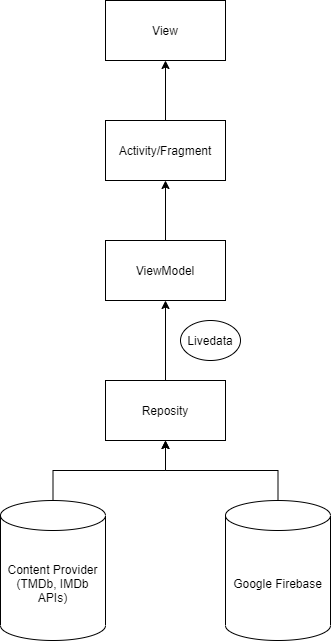
Above: Preview/architecture.png in ntikhoa/ChillnMovie (draw.io), before the change. Source tidied: cells renumbered, new cells last; positions are measured from the earlier drawing's top-left corner, leaving out a move shared by most shapes.
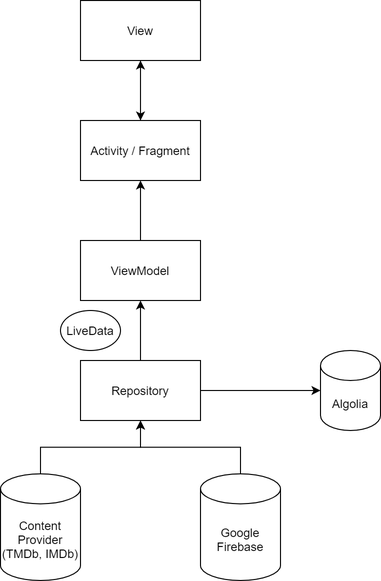
After the change.

Commit message:
update architecture model

The edit, as a diff of the source:
```diff
@@ -2,41 +2,50 @@
   <root>
     <mxCell id="0" />
     <mxCell id="1" parent="0" />
-    <mxCell id="2" value="View" style="rounded=0;whiteSpace=wrap;html=1;" parent="1" vertex="1">
-      <mxGeometry x="105" width="120" height="60" as="geometry" />
+    <mxCell id="2" style="edgeStyle=orthogonalEdgeStyle;rounded=0;jettySize=auto;html=1;exitX=0.5;exitY=1;exitDx=0;exitDy=0;entryX=0.5;entryY=0;entryDx=0;entryDy=0;" parent="1" edge="1" source="3" target="5">
+      <mxGeometry relative="1" as="geometry" />
     </mxCell>
-    <mxCell id="3" style="edgeStyle=orthogonalEdgeStyle;rounded=0;jettySize=auto;html=1;exitX=0.5;exitY=0;exitDx=0;exitDy=0;" parent="1" edge="1" source="4" target="2">
-      <mxGeometry relative="1" as="geometry" />
+    <mxCell id="3" value="View" style="rounded=0;whiteSpace=wrap;html=1;" parent="1" vertex="1">
+      <mxGeometry x="105" width="120" height="60" as="geometry" />
     </mxCell>
-    <mxCell id="4" value="Activity/Fragment" style="rounded=0;whiteSpace=wrap;html=1;" parent="1" vertex="1">
-      <mxGeometry x="105" y="120" width="120" height="60" as="geometry" />
+    <mxCell id="4" style="edgeStyle=orthogonalEdgeStyle;rounded=0;jettySize=auto;html=1;exitX=0.5;exitY=0;exitDx=0;exitDy=0;entryX=0.5;entryY=1;entryDx=0;entryDy=0;" parent="1" edge="1" source="5" target="3">
+      <mxGeometry relative="1" as="geometry" />
     </mxCell>
-    <mxCell id="5" style="edgeStyle=orthogonalEdgeStyle;rounded=0;jettySize=auto;html=1;exitX=0.5;exitY=0;exitDx=0;exitDy=0;" parent="1" edge="1" source="6" target="4">
-      <mxGeometry relative="1" as="geometry" />
+    <mxCell id="5" value="Activity / Fragment" style="rounded=0;whiteSpace=wrap;html=1;" parent="1" vertex="1">
+      <mxGeometry x="105" y="120" width="120" height="60" as="geometry" />
     </mxCell>
-    <mxCell id="6" value="ViewModel" style="rounded=0;whiteSpace=wrap;html=1;" parent="1" vertex="1">
-      <mxGeometry x="105" y="240" width="120" height="60" as="geometry" />
+    <mxCell id="6" style="edgeStyle=orthogonalEdgeStyle;rounded=0;jettySize=auto;html=1;exitX=0.5;exitY=0;exitDx=0;exitDy=0;entryX=0.5;entryY=1;entryDx=0;entryDy=0;" parent="1" edge="1" source="7" target="5">
+      <mxGeometry relative="1" as="geometry" />
     </mxCell>
-    <mxCell id="7" style="edgeStyle=orthogonalEdgeStyle;rounded=0;jettySize=auto;html=1;exitX=0.5;exitY=0;exitDx=0;exitDy=0;" parent="1" edge="1" source="8" target="6">
-      <mxGeometry relative="1" as="geometry" />
+    <mxCell id="7" value="ViewModel" style="rounded=0;whiteSpace=wrap;html=1;" parent="1" vertex="1">
+      <mxGeometry x="105" y="240" width="120" height="60" as="geometry" />
     </mxCell>
-    <mxCell id="8" value="Reposity" style="rounded=0;whiteSpace=wrap;html=1;" parent="1" vertex="1">
-      <mxGeometry x="105" y="380" width="120" height="60" as="geometry" />
+    <mxCell id="8" style="edgeStyle=orthogonalEdgeStyle;rounded=0;jettySize=auto;html=1;exitX=0.5;exitY=0;exitDx=0;exitDy=0;entryX=0.5;entryY=1;entryDx=0;entryDy=0;" parent="1" edge="1" source="10" target="7">
+      <mxGeometry relative="1" as="geometry" />
     </mxCell>
-    <mxCell id="9" style="edgeStyle=orthogonalEdgeStyle;rounded=0;jettySize=auto;html=1;exitX=0.5;exitY=0;exitDx=0;exitDy=0;exitPerimeter=0;entryX=0.5;entryY=1;entryDx=0;entryDy=0;" parent="1" edge="1" source="10" target="8">
+    <mxCell id="9" style="edgeStyle=orthogonalEdgeStyle;rounded=0;jettySize=auto;html=1;exitX=1;exitY=0.5;exitDx=0;exitDy=0;entryX=0;entryY=0.5;entryDx=0;entryDy=0;entryPerimeter=0;" parent="1" edge="1" source="10" target="15">
       <mxGeometry relative="1" as="geometry" />
     </mxCell>
-    <mxCell id="10" value="Content Provider (TMDb, IMDb APIs)" style="shape=cylinder3;whiteSpace=wrap;html=1;boundedLbl=1;backgroundOutline=1;size=15;" parent="1" vertex="1">
-      <mxGeometry y="500" width="105" height="140" as="geometry" />
+    <mxCell id="10" value="Repository" style="rounded=0;whiteSpace=wrap;html=1;" parent="1" vertex="1">
+      <mxGeometry x="105" y="360" width="120" height="60" as="geometry" />
     </mxCell>
-    <mxCell id="11" style="edgeStyle=orthogonalEdgeStyle;rounded=0;jettySize=auto;html=1;exitX=0.5;exitY=0;exitDx=0;exitDy=0;exitPerimeter=0;" parent="1" edge="1" source="12" target="8">
+    <mxCell id="11" style="edgeStyle=orthogonalEdgeStyle;rounded=0;jettySize=auto;html=1;exitX=0.5;exitY=0;exitDx=0;exitDy=0;exitPerimeter=0;entryX=0.5;entryY=1;entryDx=0;entryDy=0;" parent="1" edge="1" source="12" target="10">
       <mxGeometry relative="1" as="geometry" />
     </mxCell>
-    <mxCell id="12" value="Google Firebase" style="shape=cylinder3;whiteSpace=wrap;html=1;boundedLbl=1;backgroundOutline=1;size=15;" parent="1" vertex="1">
-      <mxGeometry x="225" y="500" width="105" height="140" as="geometry" />
+    <mxCell id="12" value="Content Provider (TMDb, IMDb)" style="shape=cylinder3;whiteSpace=wrap;html=1;boundedLbl=1;backgroundOutline=1;size=15;" parent="1" vertex="1">
+      <mxGeometry x="25" y="473.3" width="80" height="106.7" as="geometry" />
     </mxCell>
-    <mxCell id="13" value="Livedata" style="ellipse;whiteSpace=wrap;html=1;" parent="1" vertex="1">
-      <mxGeometry x="180" y="320" width="60" height="40" as="geometry" />
+    <mxCell id="13" style="edgeStyle=orthogonalEdgeStyle;rounded=0;jettySize=auto;html=1;exitX=0.5;exitY=0;exitDx=0;exitDy=0;exitPerimeter=0;entryX=0.5;entryY=1;entryDx=0;entryDy=0;" parent="1" edge="1" source="14" target="10">
+      <mxGeometry relative="1" as="geometry" />
     </mxCell>
+    <mxCell id="14" value="Google Firebase" style="shape=cylinder3;whiteSpace=wrap;html=1;boundedLbl=1;backgroundOutline=1;size=15;" parent="1" vertex="1">
+      <mxGeometry x="225" y="473.3" width="80" height="106.7" as="geometry" />
+    </mxCell>
+    <mxCell id="15" value="Algolia" style="shape=cylinder3;whiteSpace=wrap;html=1;boundedLbl=1;backgroundOutline=1;size=15;" parent="1" vertex="1">
+      <mxGeometry x="345" y="350" width="60" height="80" as="geometry" />
+    </mxCell>
+    <mxCell id="16" value="LiveData" style="ellipse;whiteSpace=wrap;html=1;" parent="1" vertex="1">
+      <mxGeometry x="85" y="310" width="60" height="40" as="geometry" />
+    </mxCell>
   </root>
 </mxGraphModel>
```
